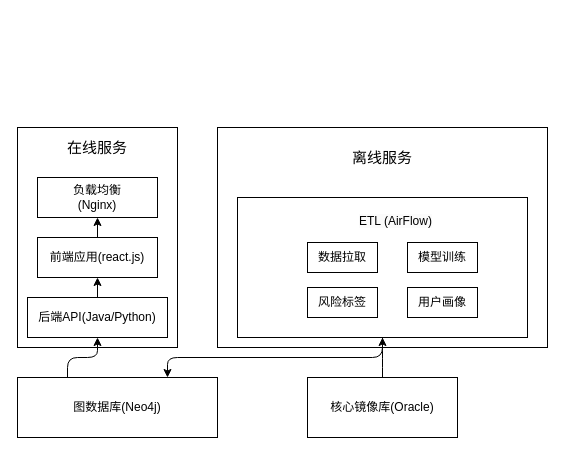
The draw.io diagram page "技术架构图" (1 of 7) of 太平/taiping-arch.drawio in XiaoLiuAI/diagrams, before the edit. Source tidied: cells renumbered, new cells numbered last; positions are measured from the earlier drawing's top-left corner, leaving out a move shared by most shapes. Both pictures are drawn from the tidied source at 100%, with x=0, y=0 at pixel (17, 127).
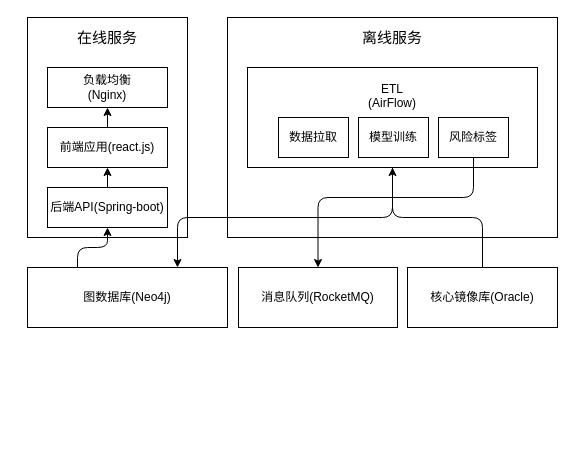
The same diagram, later.

The edit, as a diff of the source:
```diff
@@
     <mxCell id="2" style="rounded=0;whiteSpace=wrap;html=1;" parent="1" vertex="1">
-      <mxGeometry width="160" height="220" as="geometry" />
+      <mxGeometry x="10" y="-110" width="160" height="220" as="geometry" />
     </mxCell>
     <mxCell id="3" value="前端应用(react.js)" style="rounded=0;whiteSpace=wrap;html=1;" parent="1" vertex="1">
-      <mxGeometry x="20" y="110" width="120" height="40" as="geometry" />
+      <mxGeometry x="30" width="120" height="40" as="geometry" />
     </mxCell>
-    <mxCell id="4" value="后端API(Java/Python)" style="rounded=0;whiteSpace=wrap;html=1;" parent="1" vertex="1">
-      <mxGeometry x="10" y="170" width="140" height="40" as="geometry" />
+    <mxCell id="4" value="后端API(Spring-boot)" style="rounded=0;whiteSpace=wrap;html=1;" parent="1" vertex="1">
+      <mxGeometry x="30" y="60" width="120" height="40" as="geometry" />
     </mxCell>
@@
     <mxCell id="6" value="图数据库(Neo4j)" style="rounded=0;whiteSpace=wrap;html=1;" parent="1" vertex="1">
-      <mxGeometry y="250" width="200" height="60" as="geometry" />
+      <mxGeometry x="10" y="140" width="200" height="60" as="geometry" />
     </mxCell>
     <mxCell id="7" value="&lt;font style=&quot;font-size: 15px&quot;&gt;在线服务&lt;/font&gt;" style="text;html=1;strokeColor=none;fillColor=none;align=center;verticalAlign=middle;whiteSpace=wrap;rounded=0;" parent="1" vertex="1">
-      <mxGeometry x="40" y="10" width="80" height="20" as="geometry" />
+      <mxGeometry x="50" y="-100" width="80" height="20" as="geometry" />
     </mxCell>
     <mxCell id="8" style="rounded=0;whiteSpace=wrap;html=1;" parent="1" vertex="1">
-      <mxGeometry x="200" width="330" height="220" as="geometry" />
+      <mxGeometry x="210" y="-110" width="330" height="220" as="geometry" />
     </mxCell>
+    <mxCell id="16" value="ETL&lt;br&gt;(AirFlow)&lt;br&gt;&lt;br&gt;&lt;br&gt;&lt;br&gt;" style="rounded=0;whiteSpace=wrap;html=1;" parent="1" vertex="1">
+      <mxGeometry x="230" y="-60" width="290" height="100" as="geometry" />
+    </mxCell>
     <mxCell id="9" value="&lt;font style=&quot;font-size: 15px&quot;&gt;离线服务&lt;/font&gt;" style="text;html=1;strokeColor=none;fillColor=none;align=center;verticalAlign=middle;whiteSpace=wrap;rounded=0;" parent="1" vertex="1">
-      <mxGeometry x="325" y="20" width="80" height="20" as="geometry" />
+      <mxGeometry x="335" y="-100" width="80" height="20" as="geometry" />
     </mxCell>
+    <mxCell id="17" value="数据拉取" style="rounded=0;whiteSpace=wrap;html=1;" parent="1" vertex="1">
+      <mxGeometry x="261" y="-10" width="70" height="40" as="geometry" />
+    </mxCell>
+    <mxCell id="18" value="模型训练" style="rounded=0;whiteSpace=wrap;html=1;" parent="1" vertex="1">
+      <mxGeometry x="341" y="-10" width="70" height="40" as="geometry" />
+    </mxCell>
+    <mxCell id="19" value="风险标签" style="rounded=0;whiteSpace=wrap;html=1;" parent="1" vertex="1">
+      <mxGeometry x="421" y="-10" width="70" height="40" as="geometry" />
+    </mxCell>
@@
     <mxCell id="11" style="edgeStyle=elbowEdgeStyle;elbow=vertical;endArrow=classic;html=1;exitX=0.5;exitY=1;exitDx=0;exitDy=0;entryX=0.75;entryY=0;entryDx=0;entryDy=0;" parent="1" edge="1" source="16" target="6">
-      <mxGeometry relative="1" as="geometry">
-        <Array as="points">
-          <mxPoint x="260" y="230" />
-        </Array>
-      </mxGeometry>
+      <mxGeometry relative="1" as="geometry" />
     </mxCell>
     <mxCell id="12" value="核心镜像库(Oracle)" style="rounded=0;whiteSpace=wrap;html=1;" parent="1" vertex="1">
-      <mxGeometry x="290" y="250" width="150" height="60" as="geometry" />
+      <mxGeometry x="390" y="140" width="150" height="60" as="geometry" />
     </mxCell>
@@
     <mxCell id="14" value="负载均衡&lt;br&gt;(Nginx)" style="rounded=0;whiteSpace=wrap;html=1;" parent="1" vertex="1">
-      <mxGeometry x="20" y="50" width="120" height="40" as="geometry" />
+      <mxGeometry x="30" y="-60" width="120" height="40" as="geometry" />
     </mxCell>
+    <mxCell id="22" value="消息队列(RocketMQ)" style="rounded=0;whiteSpace=wrap;html=1;" parent="1" vertex="1">
+      <mxGeometry x="221" y="140" width="159" height="60" as="geometry" />
+    </mxCell>
+    <mxCell id="23" style="edgeStyle=elbowEdgeStyle;elbow=vertical;endArrow=classic;html=1;entryX=0.5;entryY=0;entryDx=0;entryDy=0;exitX=0.5;exitY=1;exitDx=0;exitDy=0;" parent="1" edge="1" source="19" target="22">
+      <mxGeometry relative="1" as="geometry">
+        <Array as="points">
+          <mxPoint x="380" y="70" />
+        </Array>
+      </mxGeometry>
+    </mxCell>
     <mxCell id="15" style="endArrow=classic;html=1;entryX=0.5;entryY=1;entryDx=0;entryDy=0;" parent="1" edge="1" target="14">
       <mxGeometry relative="1" as="geometry">
-        <mxPoint x="80" y="110" as="sourcePoint" />
+        <mxPoint x="90" as="sourcePoint" />
       </mxGeometry>
     </mxCell>
-    <mxCell id="16" style="rounded=0;whiteSpace=wrap;html=1;" parent="1" vertex="1">
-      <mxGeometry x="220" y="70" width="290" height="140" as="geometry" />
-    </mxCell>
-    <mxCell id="17" value="数据拉取" style="rounded=0;whiteSpace=wrap;html=1;" parent="1" vertex="1">
-      <mxGeometry x="290" y="115" width="70" height="30" as="geometry" />
-    </mxCell>
-    <mxCell id="18" value="模型训练" style="rounded=0;whiteSpace=wrap;html=1;" parent="1" vertex="1">
-      <mxGeometry x="390" y="115" width="70" height="30" as="geometry" />
-    </mxCell>
-    <mxCell id="19" value="风险标签" style="rounded=0;whiteSpace=wrap;html=1;" parent="1" vertex="1">
-      <mxGeometry x="290" y="160" width="70" height="30" as="geometry" />
-    </mxCell>
-    <mxCell id="20" value="&lt;span style=&quot;color: rgb(0, 0, 0); font-family: Helvetica; font-size: 12px; font-style: normal; font-variant-ligatures: normal; font-variant-caps: normal; font-weight: 400; letter-spacing: normal; orphans: 2; text-align: center; text-indent: 0px; text-transform: none; widows: 2; word-spacing: 0px; -webkit-text-stroke-width: 0px; background-color: rgb(251, 251, 251); text-decoration-thickness: initial; text-decoration-style: initial; text-decoration-color: initial; float: none; display: inline !important;&quot;&gt;ETL (AirFlow)&lt;/span&gt;&lt;br style=&quot;border-color: var(--border-color); color: rgb(0, 0, 0); font-family: Helvetica; font-size: 12px; font-style: normal; font-variant-ligatures: normal; font-variant-caps: normal; font-weight: 400; letter-spacing: normal; orphans: 2; text-align: center; text-indent: 0px; text-transform: none; widows: 2; word-spacing: 0px; -webkit-text-stroke-width: 0px; background-color: rgb(251, 251, 251); text-decoration-thickness: initial; text-decoration-style: initial; text-decoration-color: initial;&quot;&gt;" style="text;whiteSpace=wrap;html=1;" parent="1" vertex="1">
-      <mxGeometry x="340" y="80" width="80" height="30" as="geometry" />
-    </mxCell>
-    <mxCell id="21" value="用户画像" style="rounded=0;whiteSpace=wrap;html=1;" parent="1" vertex="1">
-      <mxGeometry x="390" y="160" width="70" height="30" as="geometry" />
-    </mxCell>
```
